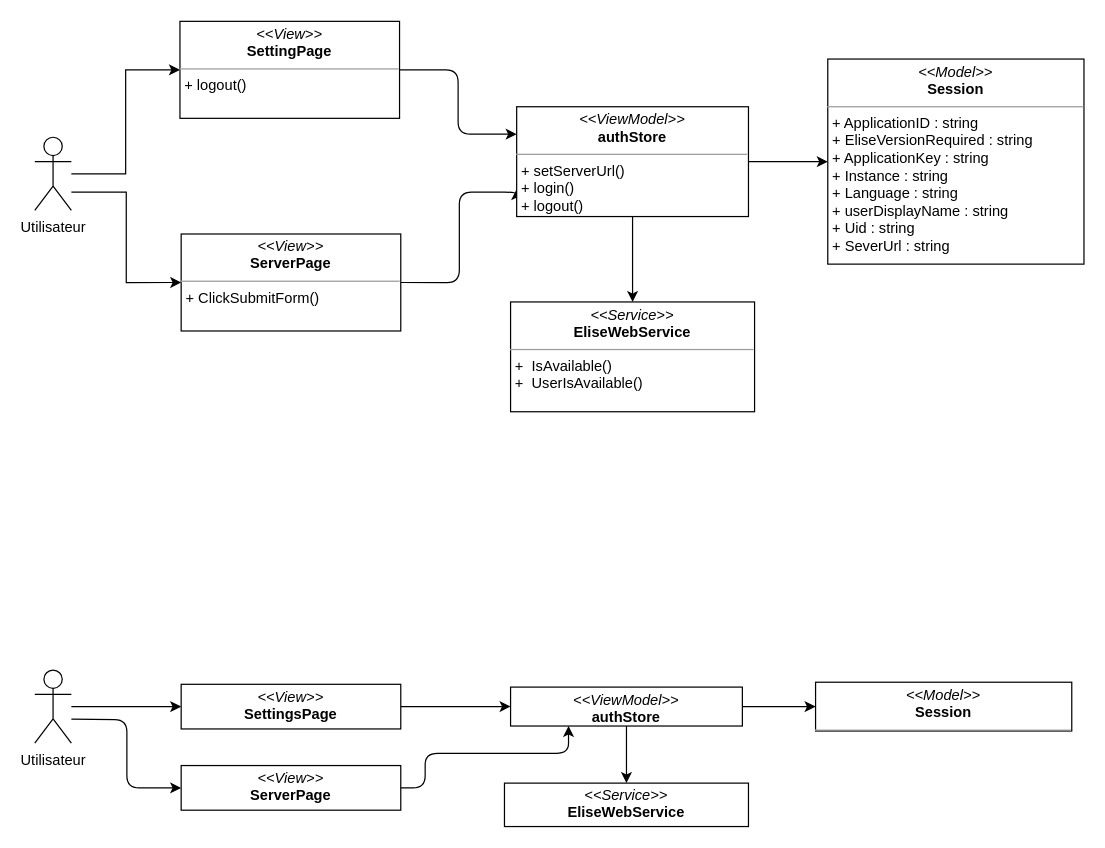
Above: dccAuth.drawio in PFE-Neoledge-2023/rapport (draw.io), before the change. Source tidied: cells renumbered, new cells numbered last; positions are measured from the earlier drawing's top-left corner, leaving out a move shared by most shapes. Both pictures are drawn from the tidied source at 122%, with x=0, y=0 at pixel (34, 21).
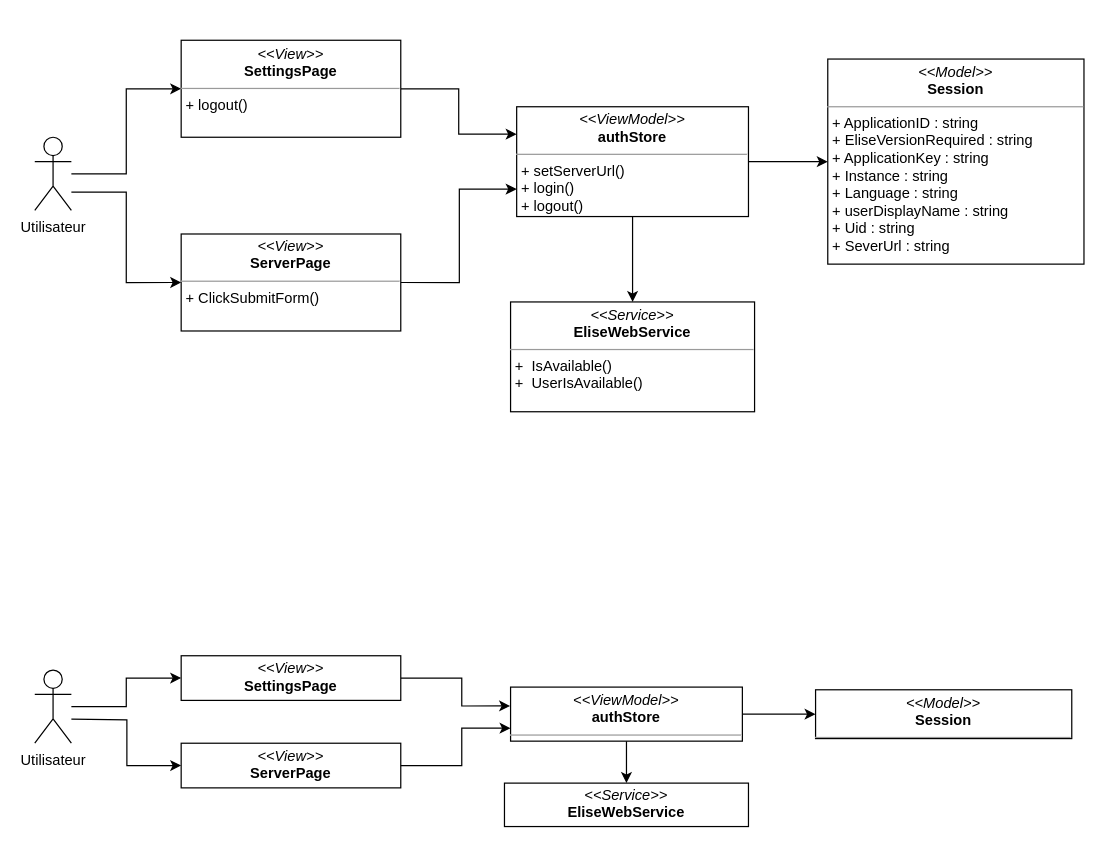
After the change.

Commit message (it also covers changes not shown here):
add dcc dcp auth

Unchanged cells that the change refers to:
```xml
<mxCell id="6" value="&lt;p style=&quot;margin:0px;margin-top:4px;text-align:center;&quot;&gt;&lt;i&gt;&amp;lt;&amp;lt;View&amp;gt;&amp;gt;&lt;/i&gt;&lt;br&gt;&lt;b&gt;ServerPage&lt;/b&gt;&lt;/p&gt;&lt;hr style=&quot;border-color: var(--border-color);&quot; size=&quot;1&quot;&gt;&lt;p style=&quot;border-color: var(--border-color); margin: 0px 0px 0px 4px;&quot;&gt;+ ClickSubmitForm()&lt;br&gt;&lt;/p&gt;&lt;p style=&quot;border-color: var(--border-color); margin: 0px 0px 0px 4px;&quot;&gt;&lt;br&gt;&lt;/p&gt;" style="verticalAlign=top;align=left;overflow=fill;fontSize=12;fontFamily=Helvetica;html=1;whiteSpace=wrap;" parent="1" vertex="1">
  <mxGeometry x="120" y="174.3" width="180" height="79.5" as="geometry" />
</mxCell>
<mxCell id="8" value="&lt;p style=&quot;margin:0px;margin-top:4px;text-align:center;&quot;&gt;&lt;i&gt;&amp;lt;&amp;lt;ViewModel&amp;gt;&amp;gt;&lt;/i&gt;&lt;br&gt;&lt;b&gt;authStore&lt;/b&gt;&lt;/p&gt;&lt;hr size=&quot;1&quot;&gt;&lt;p style=&quot;margin:0px;margin-left:4px;&quot;&gt;&lt;/p&gt;&lt;p style=&quot;margin:0px;margin-left:4px;&quot;&gt;+ setServerUrl()&lt;/p&gt;&lt;p style=&quot;margin:0px;margin-left:4px;&quot;&gt;+ login()&lt;/p&gt;&lt;p style=&quot;margin:0px;margin-left:4px;&quot;&gt;+ logout()&lt;/p&gt;" style="verticalAlign=top;align=left;overflow=fill;fontSize=12;fontFamily=Helvetica;html=1;whiteSpace=wrap;" parent="1" vertex="1">
  <mxGeometry x="395" y="70" width="190" height="90" as="geometry" />
</mxCell>
<mxCell id="13" value="Utilisateur" style="shape=umlActor;verticalLabelPosition=bottom;verticalAlign=top;html=1;outlineConnect=0;" parent="1" vertex="1">
  <mxGeometry y="531.7" width="30" height="60" as="geometry" />
</mxCell>
```

Diff of the diagram source:
```diff
@@
-    <mxCell id="5" style="edgeStyle=orthogonalEdgeStyle;html=1;exitX=1;exitY=0.5;exitDx=0;exitDy=0;entryX=0;entryY=0.75;entryDx=0;entryDy=0;startArrow=none;startFill=0;endArrow=classic;endFill=1;" parent="1" edge="1" source="6" target="8">
+    <mxCell id="5" style="edgeStyle=orthogonalEdgeStyle;html=1;exitX=1;exitY=0.5;exitDx=0;exitDy=0;entryX=0;entryY=0.75;entryDx=0;entryDy=0;startArrow=none;startFill=0;endArrow=classic;endFill=1;rounded=0;" parent="1" edge="1" source="6" target="8">
       <mxGeometry relative="1" as="geometry">
         <Array as="points">
           <mxPoint x="348" y="214" />
-          <mxPoint x="348" y="140" />
-          <mxPoint x="395" y="140" />
+          <mxPoint x="348" y="138" />
+          <mxPoint x="395" y="138" />
         </Array>
       </mxGeometry>
     </mxCell>
@@
-    <mxCell id="12" style="edgeStyle=none;html=1;entryX=0;entryY=0.5;entryDx=0;entryDy=0;" parent="1" edge="1" source="13" target="15">
+    <mxCell id="12" style="edgeStyle=orthogonalEdgeStyle;html=1;entryX=0;entryY=0.5;entryDx=0;entryDy=0;rounded=0;" parent="1" edge="1" source="13" target="15">
       <mxGeometry relative="1" as="geometry" />
     </mxCell>
@@
-    <mxCell id="14" style="edgeStyle=none;html=1;exitX=1;exitY=0.5;exitDx=0;exitDy=0;entryX=0;entryY=0.5;entryDx=0;entryDy=0;startArrow=none;startFill=0;endArrow=classic;endFill=1;" parent="1" edge="1" source="15" target="17">
-      <mxGeometry relative="1" as="geometry" />
+    <mxCell id="14" style="edgeStyle=orthogonalEdgeStyle;html=1;exitX=1;exitY=0.5;exitDx=0;exitDy=0;entryX=-0.002;entryY=0.349;entryDx=0;entryDy=0;startArrow=none;startFill=0;endArrow=classic;endFill=1;rounded=0;entryPerimeter=0;" parent="1" edge="1" source="15" target="17">
+      <mxGeometry relative="1" as="geometry">
+        <Array as="points">
+          <mxPoint x="350" y="538" />
+          <mxPoint x="350" y="561" />
+          <mxPoint x="390" y="561" />
+        </Array>
+      </mxGeometry>
     </mxCell>
     <mxCell id="15" value="&lt;p style=&quot;margin:0px;margin-top:4px;text-align:center;&quot;&gt;&lt;i&gt;&amp;lt;&amp;lt;View&amp;gt;&amp;gt;&lt;/i&gt;&lt;br&gt;&lt;b&gt;SettingsPage&lt;/b&gt;&lt;/p&gt;&lt;hr style=&quot;border-color: var(--border-color);&quot; size=&quot;1&quot;&gt;&lt;p style=&quot;border-color: var(--border-color); margin: 0px 0px 0px 4px;&quot;&gt;&lt;br&gt;&lt;/p&gt;" style="verticalAlign=top;align=left;overflow=fill;fontSize=12;fontFamily=Helvetica;html=1;whiteSpace=wrap;" parent="1" vertex="1">
-      <mxGeometry x="120" y="543.4" width="180" height="36.6" as="geometry" />
+      <mxGeometry x="120" y="520" width="180" height="36.6" as="geometry" />
     </mxCell>
@@
     <mxCell id="17" value="&lt;p style=&quot;margin:0px;margin-top:4px;text-align:center;&quot;&gt;&lt;i&gt;&amp;lt;&amp;lt;ViewModel&amp;gt;&amp;gt;&lt;/i&gt;&lt;br&gt;&lt;b&gt;authStore&lt;/b&gt;&lt;/p&gt;&lt;hr size=&quot;1&quot;&gt;&lt;p style=&quot;margin:0px;margin-left:4px;&quot;&gt;&lt;/p&gt;&lt;p style=&quot;margin:0px;margin-left:4px;&quot;&gt;&lt;br&gt;&lt;/p&gt;" style="verticalAlign=top;align=left;overflow=fill;fontSize=12;fontFamily=Helvetica;html=1;whiteSpace=wrap;" parent="1" vertex="1">
-      <mxGeometry x="390" y="545.7" width="190" height="31.9" as="geometry" />
+      <mxGeometry x="390" y="545.7" width="190" height="44.3" as="geometry" />
     </mxCell>
     <mxCell id="18" value="&lt;p style=&quot;margin:0px;margin-top:4px;text-align:center;&quot;&gt;&lt;i&gt;&amp;lt;&amp;lt;Model&amp;gt;&amp;gt;&lt;/i&gt;&lt;br&gt;&lt;b&gt;Session&lt;/b&gt;&lt;/p&gt;&lt;hr size=&quot;1&quot;&gt;&lt;p style=&quot;margin:0px;margin-left:4px;&quot;&gt;&lt;br&gt;&lt;/p&gt;" style="verticalAlign=top;align=left;overflow=fill;fontSize=12;fontFamily=Helvetica;html=1;whiteSpace=wrap;" parent="1" vertex="1">
-      <mxGeometry x="640" y="541.7" width="210" height="40" as="geometry" />
+      <mxGeometry x="640" y="547.9" width="210" height="40" as="geometry" />
     </mxCell>
@@
-    <mxCell id="21" style="edgeStyle=orthogonalEdgeStyle;html=1;entryX=0;entryY=0.25;entryDx=0;entryDy=0;" parent="1" edge="1" source="22" target="8">
-      <mxGeometry relative="1" as="geometry" />
-    </mxCell>
+    <mxCell id="26" style="edgeStyle=orthogonalEdgeStyle;html=1;entryX=0;entryY=0.25;entryDx=0;entryDy=0;rounded=0;" parent="1" edge="1" source="22" target="8">
+      <mxGeometry relative="1" as="geometry" />
+    </mxCell>
-    <mxCell id="22" value="&lt;p style=&quot;margin:0px;margin-top:4px;text-align:center;&quot;&gt;&lt;i&gt;&amp;lt;&amp;lt;View&amp;gt;&amp;gt;&lt;/i&gt;&lt;br&gt;&lt;b&gt;SettingPage&lt;/b&gt;&lt;/p&gt;&lt;hr style=&quot;border-color: var(--border-color);&quot; size=&quot;1&quot;&gt;&lt;p style=&quot;border-color: var(--border-color); margin: 0px 0px 0px 4px;&quot;&gt;+ logout()&lt;/p&gt;" style="verticalAlign=top;align=left;overflow=fill;fontSize=12;fontFamily=Helvetica;html=1;whiteSpace=wrap;" parent="1" vertex="1">
-      <mxGeometry x="119" width="180" height="79.5" as="geometry" />
+    <mxCell id="22" value="&lt;p style=&quot;margin:0px;margin-top:4px;text-align:center;&quot;&gt;&lt;i&gt;&amp;lt;&amp;lt;View&amp;gt;&amp;gt;&lt;/i&gt;&lt;br&gt;&lt;b&gt;SettingsPage&lt;/b&gt;&lt;/p&gt;&lt;hr style=&quot;border-color: var(--border-color);&quot; size=&quot;1&quot;&gt;&lt;p style=&quot;border-color: var(--border-color); margin: 0px 0px 0px 4px;&quot;&gt;+ logout()&lt;/p&gt;" style="verticalAlign=top;align=left;overflow=fill;fontSize=12;fontFamily=Helvetica;html=1;whiteSpace=wrap;" parent="1" vertex="1">
+      <mxGeometry x="120" y="15.5" width="180" height="79.5" as="geometry" />
     </mxCell>
     <mxCell id="23" value="&lt;p style=&quot;margin:0px;margin-top:4px;text-align:center;&quot;&gt;&lt;i&gt;&amp;lt;&amp;lt;View&amp;gt;&amp;gt;&lt;/i&gt;&lt;br&gt;&lt;b&gt;ServerPage&lt;/b&gt;&lt;/p&gt;&lt;hr style=&quot;border-color: var(--border-color);&quot; size=&quot;1&quot;&gt;&lt;p style=&quot;border-color: var(--border-color); margin: 0px 0px 0px 4px;&quot;&gt;&lt;br&gt;&lt;/p&gt;" style="verticalAlign=top;align=left;overflow=fill;fontSize=12;fontFamily=Helvetica;html=1;whiteSpace=wrap;" parent="1" vertex="1">
-      <mxGeometry x="120" y="610" width="180" height="36.6" as="geometry" />
+      <mxGeometry x="120" y="591.7" width="180" height="36.6" as="geometry" />
     </mxCell>
+    <mxCell id="21" style="edgeStyle=orthogonalEdgeStyle;html=1;entryX=0;entryY=0.25;entryDx=0;entryDy=0;rounded=0;" parent="1" edge="1">
+      <mxGeometry relative="1" as="geometry" />
+    </mxCell>
-    <mxCell id="24" style="edgeStyle=orthogonalEdgeStyle;html=1;entryX=0;entryY=0.5;entryDx=0;entryDy=0;" parent="1" edge="1" target="23">
+    <mxCell id="24" style="edgeStyle=orthogonalEdgeStyle;html=1;entryX=0;entryY=0.5;entryDx=0;entryDy=0;rounded=0;" parent="1" edge="1" target="23">
       <mxGeometry relative="1" as="geometry">
         <mxPoint x="30" y="572" as="sourcePoint" />
       </mxGeometry>
     </mxCell>
-    <mxCell id="25" style="edgeStyle=orthogonalEdgeStyle;html=1;exitX=1;exitY=0.5;exitDx=0;exitDy=0;entryX=0.25;entryY=1;entryDx=0;entryDy=0;startArrow=none;startFill=0;endArrow=classic;endFill=1;" parent="1" edge="1" source="23" target="17">
+    <mxCell id="25" style="edgeStyle=orthogonalEdgeStyle;html=1;exitX=1;exitY=0.5;exitDx=0;exitDy=0;entryX=0;entryY=0.761;entryDx=0;entryDy=0;startArrow=none;startFill=0;endArrow=classic;endFill=1;rounded=0;entryPerimeter=0;" parent="1" edge="1" source="23" target="17">
       <mxGeometry relative="1" as="geometry">
         <Array as="points">
-          <mxPoint x="320" y="628" />
-          <mxPoint x="320" y="600" />
-          <mxPoint x="438" y="600" />
+          <mxPoint x="350" y="610" />
+          <mxPoint x="350" y="580" />
+          <mxPoint x="390" y="580" />
         </Array>
       </mxGeometry>
     </mxCell>
```
